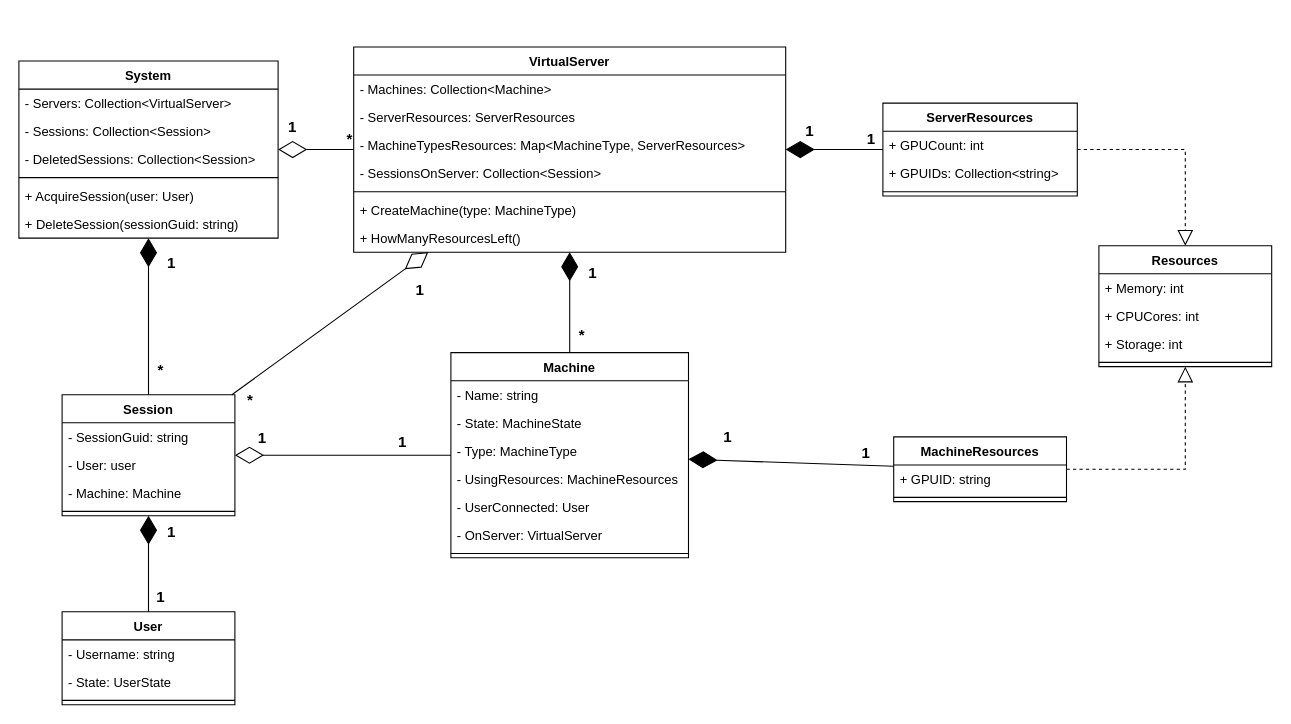
The draw.io diagram diagrams/class_diagrams/system_model.drawio in one-click-desktop/documentation, before the edit. Source tidied: cells renumbered, new cells numbered last; positions are measured from the earlier drawing's top-left corner, leaving out a move shared by most shapes. Both pictures are drawn from the tidied source at 108%, with x=0, y=0 at pixel (18, 46).
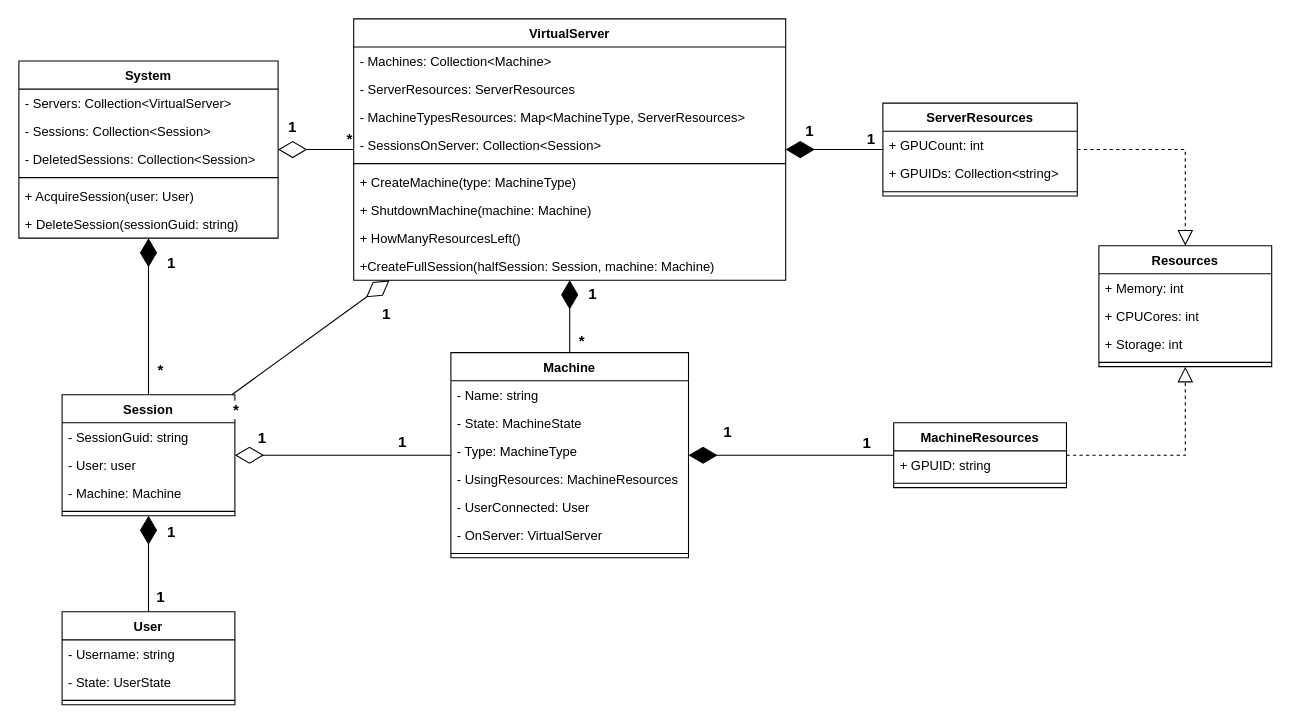
The same page after the edit.

Commit message:
Poprawka metod w VirtualServerze

What changed in the source:
```diff
@@
     <mxCell id="9" value="VirtualServer" style="swimlane;fontStyle=1;align=center;verticalAlign=top;horizontal=1;startSize=26;" parent="1" vertex="1">
-      <mxGeometry x="310" width="400" height="190" as="geometry" />
+      <mxGeometry x="310" y="-26" width="400" height="242" as="geometry" />
     </mxCell>
@@
-    <mxCell id="16" value="+ HowManyResourcesLeft()" style="text;strokeColor=none;fillColor=none;align=left;verticalAlign=top;spacingLeft=4;spacingRight=4;overflow=hidden;" parent="9" vertex="1">
+    <mxCell id="16" value="+ ShutdownMachine(machine: Machine)" style="text;strokeColor=none;fillColor=none;align=left;verticalAlign=top;spacingLeft=4;spacingRight=4;overflow=hidden;" parent="9" vertex="1">
       <mxGeometry y="164" width="400" height="26" as="geometry" />
     </mxCell>
+    <mxCell id="72" value="+ HowManyResourcesLeft()" style="text;strokeColor=none;fillColor=none;align=left;verticalAlign=top;spacingLeft=4;spacingRight=4;overflow=hidden;" parent="9" vertex="1">
+      <mxGeometry y="190" width="400" height="26" as="geometry" />
+    </mxCell>
+    <mxCell id="73" value="+CreateFullSession(halfSession: Session, machine: Machine)" style="text;strokeColor=none;fillColor=none;align=left;verticalAlign=top;spacingLeft=4;spacingRight=4;overflow=hidden;" parent="9" vertex="1">
+      <mxGeometry y="216" width="400" height="26" as="geometry" />
+    </mxCell>
@@
     <mxCell id="54" value="MachineResources" style="swimlane;fontStyle=1;align=center;verticalAlign=top;horizontal=1;startSize=26;fontSize=12;" parent="1" vertex="1">
-      <mxGeometry x="810" y="361" width="160" height="60" as="geometry" />
+      <mxGeometry x="810" y="348" width="160" height="60" as="geometry" />
     </mxCell>
```
